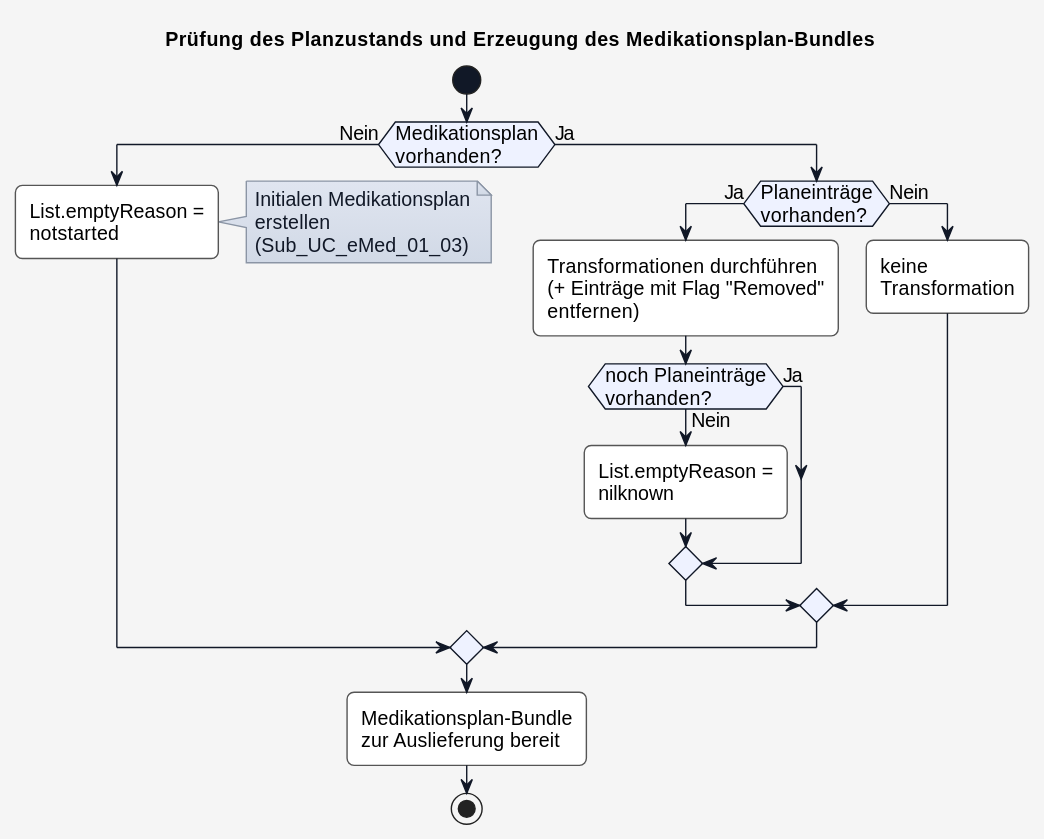
HL7Austria/hl7austria.github.io keeps this PlantUML diagram as r4-ELGA-e-Medikation-main/plantuml/UC_eMed_01_01_plancheck.svg. Above is the earlier version.
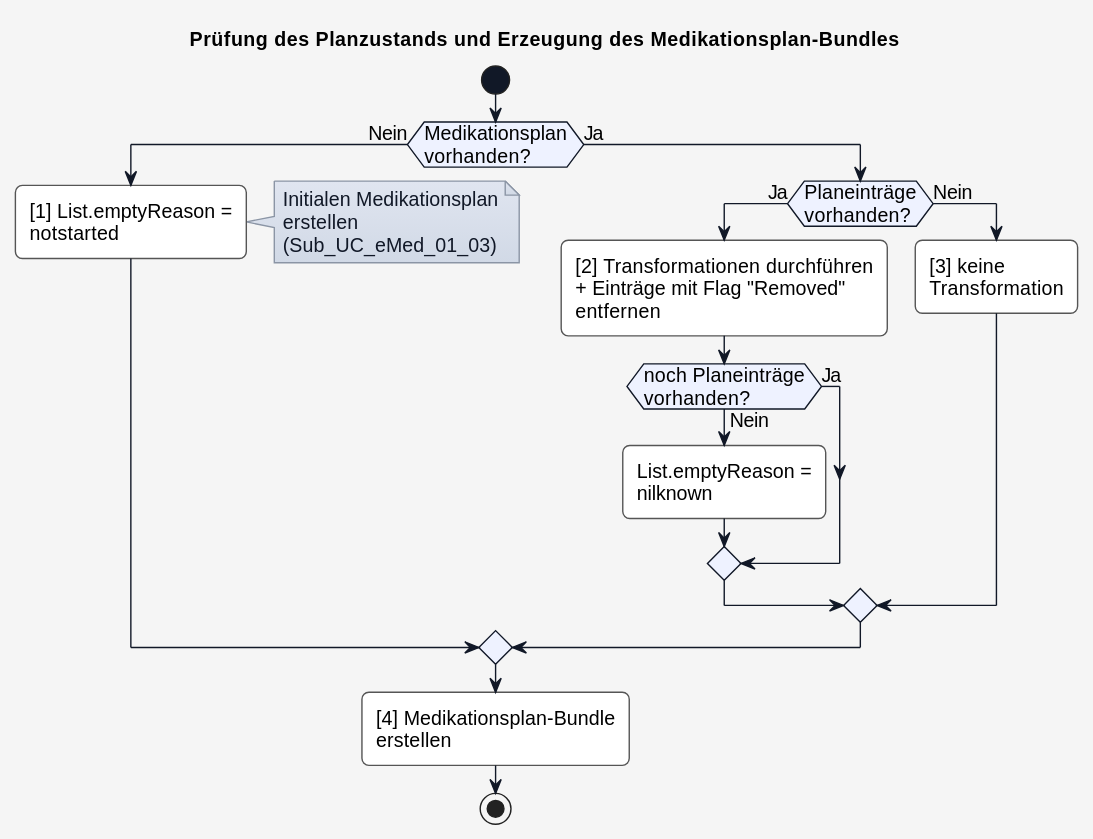
The same diagram one commit later.

Change to the diagram source:
```diff
@@ -42,7 +42,7 @@
 
 if (Medikationsplan\nvorhanden?) then (Nein)
 
-  :List.emptyReason =\nnotstarted;
+  :[1] List.emptyReason =\nnotstarted;
 
   note right
     Initialen Medikationsplan
@@ -54,7 +54,7 @@
 
   if (Planeinträge\nvorhanden?) then (Ja)
 
-    :Transformationen durchführen\n(+ Einträge mit Flag "Removed"\nentfernen);
+    :[2] Transformationen durchführen\n+ Einträge mit Flag "Removed"\nentfernen;
 
     if (noch Planeinträge\nvorhanden?) then (Ja)
 
@@ -66,13 +66,13 @@
 
   else (Nein)
 
-    :keine\nTransformation;
+    :[3] keine\nTransformation;
 
   endif
 
 endif
 
-:Medikationsplan-Bundle\nzur Auslieferung bereit;
+:[4] Medikationsplan-Bundle\nerstellen;
 
 stop
 @enduml
```
